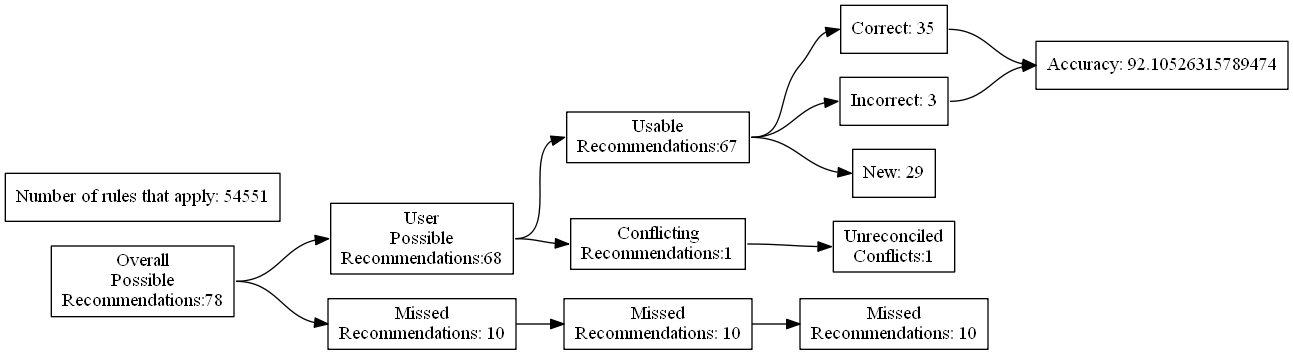
The Graphviz diagram test_renders/110.gv.png in ZaxR/ibd_diet_analysis, before a commit. Its source is kept beside it as test_renders/110.gv.
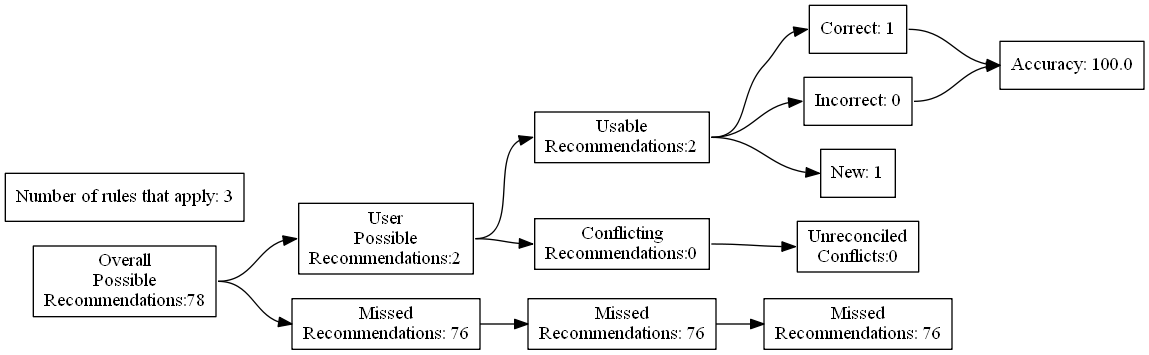
After the commit.

The edit, as a diff of the source:
```diff
@@ -7,24 +7,24 @@
 Recommendations:78"]
 		B [label="User
 Possible
-Recommendations:68"]
+Recommendations:2"]
 		C [label="Missed
-Recommendations: 10"]
+Recommendations: 76"]
 		D [label="Usable
-Recommendations:67"]
+Recommendations:2"]
 		E [label="Conflicting
-Recommendations:1"]
+Recommendations:0"]
 		J [label="Missed
-Recommendations: 10"]
+Recommendations: 76"]
 		M [label="Unreconciled
-Conflicts:1"]
-		F [label="Correct: 35"]
-		G [label="Incorrect: 3"]
-		H [label="New: 29"]
+Conflicts:0"]
+		F [label="Correct: 1"]
+		G [label="Incorrect: 0"]
+		H [label="New: 1"]
 		K [label="Missed
-Recommendations: 10"]
-		I [label="Accuracy: 92.10526315789474"]
-		l [label="Number of rules that apply: 54551"]
+Recommendations: 76"]
+		I [label="Accuracy: 100.0"]
+		l [label="Number of rules that apply: 3"]
 			A -> B
 			A -> C
 			B -> D
```
